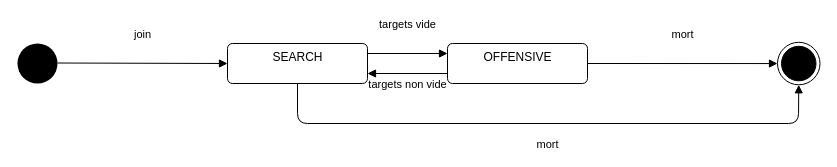
Above: AlienStateMachine.drawio in Nyarlana/Tactical-RPG (draw.io), before the change. Source tidied: cells renumbered, new cells numbered last; positions are measured from the earlier drawing's top-left corner, leaving out a move shared by most shapes. Both pictures are drawn from the tidied source at 100%, with x=0, y=0 at pixel (17, 42).
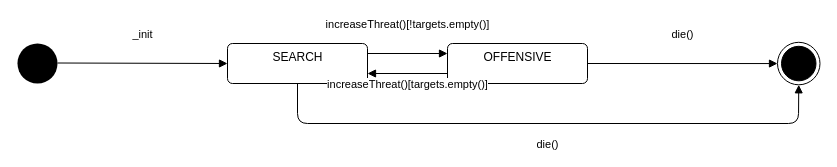
The same diagram, later.

Diff of the diagram source:
```diff
@@
 <mxGraphModel background="#ffffff">
   <root>
     <mxCell id="0" />
     <mxCell id="1" parent="0" />
     <mxCell id="2" style="ellipse;fillColor=#000000;strokeColor=none;" parent="1" vertex="1">
       <mxGeometry y="1" width="40" height="40" as="geometry" />
     </mxCell>
     <mxCell id="3" style="ellipse;html=1;shape=endState;fillColor=#000000;strokeColor=#000000;direction=south;" parent="1" vertex="1">
       <mxGeometry x="760" y="-0.2" width="42.5" height="42.5" as="geometry" />
     </mxCell>
-    <mxCell id="4" value="targets vide" style="html=1;verticalAlign=bottom;endArrow=block;exitX=1;exitY=0.25;exitDx=0;exitDy=0;entryX=0;entryY=0.25;entryDx=0;entryDy=0;" parent="1" edge="1" source="5" target="6">
+    <mxCell id="4" value="increaseThreat()[!targets.empty()]" style="html=1;verticalAlign=bottom;endArrow=block;exitX=1;exitY=0.25;exitDx=0;exitDy=0;entryX=0;entryY=0.25;entryDx=0;entryDy=0;" parent="1" edge="1" source="5" target="6">
       <mxGeometry y="20" relative="1" as="geometry" />
     </mxCell>
     <mxCell id="5" value="SEARCH" style="html=1;align=center;verticalAlign=top;rounded=1;absoluteArcSize=1;arcSize=10;dashed=0;" parent="1" vertex="1">
       <mxGeometry x="210" y="1" width="140" height="40" as="geometry" />
     </mxCell>
     <mxCell id="6" value="OFFENSIVE" style="html=1;align=center;verticalAlign=top;rounded=1;absoluteArcSize=1;arcSize=10;dashed=0;" parent="1" vertex="1">
       <mxGeometry x="430" y="1" width="140" height="40" as="geometry" />
     </mxCell>
-    <mxCell id="7" value="join" style="html=1;verticalAlign=bottom;endArrow=block;entryX=0;entryY=0.5;entryDx=0;entryDy=0;" parent="1" edge="1" target="5">
+    <mxCell id="7" value="_init" style="html=1;verticalAlign=bottom;endArrow=block;entryX=0;entryY=0.5;entryDx=0;entryDy=0;" parent="1" edge="1" target="5">
       <mxGeometry y="20" relative="1" as="geometry">
         <mxPoint x="40" y="20.5" as="sourcePoint" />
       </mxGeometry>
     </mxCell>
-    <mxCell id="8" value="targets non vide" style="html=1;verticalAlign=bottom;endArrow=block;exitX=0;exitY=0.75;exitDx=0;exitDy=0;entryX=1;entryY=0.75;entryDx=0;entryDy=0;" parent="1" edge="1" source="6" target="5">
+    <mxCell id="8" value="increaseThreat()[targets.empty()]" style="html=1;verticalAlign=bottom;endArrow=block;exitX=0;exitY=0.75;exitDx=0;exitDy=0;entryX=1;entryY=0.75;entryDx=0;entryDy=0;" parent="1" edge="1" source="6" target="5">
       <mxGeometry y="20" relative="1" as="geometry" />
     </mxCell>
-    <mxCell id="9" value="mort" style="html=1;verticalAlign=bottom;endArrow=block;entryX=1;entryY=0.5;entryDx=0;entryDy=0;exitX=0.5;exitY=1;exitDx=0;exitDy=0;" parent="1" edge="1" source="5" target="3">
+    <mxCell id="9" value="die()" style="html=1;verticalAlign=bottom;endArrow=block;entryX=1;entryY=0.5;entryDx=0;entryDy=0;exitX=0.5;exitY=1;exitDx=0;exitDy=0;" parent="1" edge="1" source="5" target="3">
       <mxGeometry y="-30" relative="1" as="geometry">
         <Array as="points">
           <mxPoint x="280" y="81" />
           <mxPoint x="781" y="81" />
         </Array>
       </mxGeometry>
     </mxCell>
-    <mxCell id="10" value="mort" style="html=1;verticalAlign=bottom;endArrow=block;entryX=0.5;entryY=1;entryDx=0;entryDy=0;" parent="1" edge="1" target="3">
+    <mxCell id="10" value="die()" style="html=1;verticalAlign=bottom;endArrow=block;entryX=0.5;entryY=1;entryDx=0;entryDy=0;" parent="1" edge="1" target="3">
       <mxGeometry y="20" relative="1" as="geometry">
         <mxPoint x="570" y="21" as="sourcePoint" />
       </mxGeometry>
     </mxCell>
   </root>
 </mxGraphModel>
```
